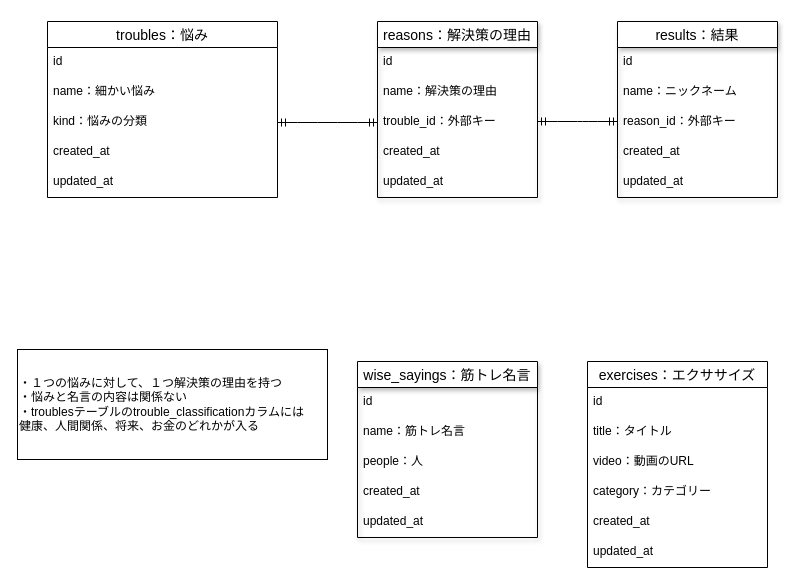
Before: ERD.dio in shogo-08020318/MUKINATOR, a draw.io diagram. Source tidied: cells renumbered, new cells numbered last; positions are measured from the earlier drawing's top-left corner, leaving out a move shared by most shapes. Both pictures are drawn from the tidied source at 100%, with x=0, y=0 at pixel (17, 21).
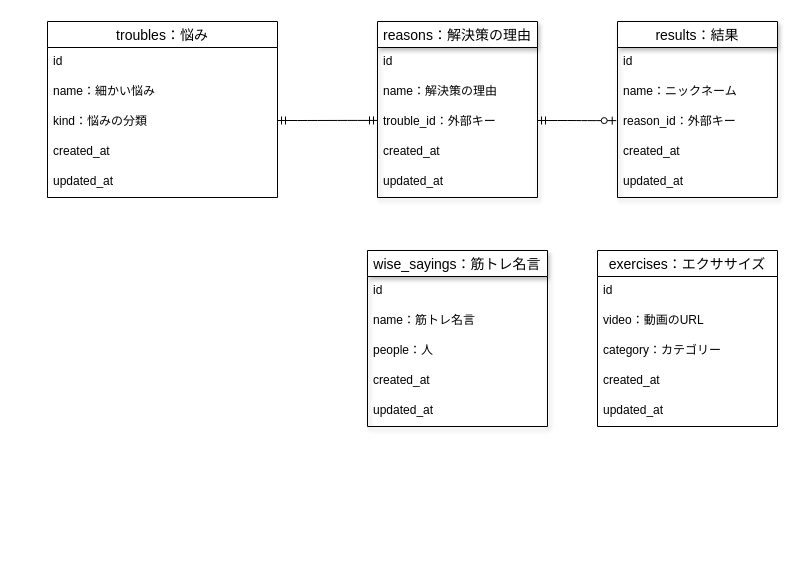
After the change.

The change refers to these unchanged cells:
```xml
<mxCell id="5" value="trouble_id：外部キー" style="text;strokeColor=none;fillColor=none;spacingLeft=4;spacingRight=4;overflow=hidden;points=[[0,0.5],[1,0.5]];portConstraint=eastwest;fontSize=12;" parent="2" vertex="1">
  <mxGeometry y="86" width="160" height="30" as="geometry" />
</mxCell>
<mxCell id="18" value="kind：悩みの分類" style="text;strokeColor=none;fillColor=none;spacingLeft=4;spacingRight=4;overflow=hidden;points=[[0,0.5],[1,0.5]];portConstraint=eastwest;fontSize=12;" parent="15" vertex="1">
  <mxGeometry y="86" width="230" height="30" as="geometry" />
</mxCell>
<mxCell id="32" value="reason_id：外部キー" style="text;strokeColor=none;fillColor=none;spacingLeft=4;spacingRight=4;overflow=hidden;points=[[0,0.5],[1,0.5]];portConstraint=eastwest;fontSize=12;" parent="29" vertex="1">
  <mxGeometry y="86" width="160" height="30" as="geometry" />
</mxCell>
```

The edit, as a diff of the source:
```diff
@@
     <mxCell id="8" value="wise_sayings：筋トレ名言" style="swimlane;fontStyle=0;horizontal=1;startSize=26;align=center;fontSize=14;shadow=1;" parent="1" vertex="1">
-      <mxGeometry x="340" y="340" width="180" height="176" as="geometry" />
+      <mxGeometry x="350" y="229" width="180" height="176" as="geometry" />
     </mxCell>
@@
-    <mxCell id="14" style="edgeStyle=entityRelationEdgeStyle;fontSize=12;html=1;endArrow=ERmandOne;startArrow=ERmandOne;entryX=0;entryY=0.5;entryDx=0;entryDy=0;exitX=1;exitY=0.5;exitDx=0;exitDy=0;" parent="1" edge="1" source="18" target="5">
-      <mxGeometry relative="1" as="geometry" />
+    <mxCell id="14" style="edgeStyle=entityRelationEdgeStyle;fontSize=12;html=1;endArrow=ERmandOne;startArrow=ERmandOne;entryX=0;entryY=0.431;entryDx=0;entryDy=0;entryPerimeter=0;" parent="1" edge="1" target="5">
+      <mxGeometry relative="1" as="geometry">
+        <mxPoint x="260" y="99" as="sourcePoint" />
+      </mxGeometry>
     </mxCell>
@@
-    <mxCell id="21" value="・１つの悩みに対して、１つ解決策の理由を持つ&lt;br&gt;・悩みと名言の内容は関係ない&lt;br&gt;・troublesテーブルのtrouble_classificationカラムには&lt;br&gt;健康、人間関係、将来、お金のどれかが入る" style="rounded=0;whiteSpace=wrap;html=1;align=left;" parent="1" vertex="1">
-      <mxGeometry y="328" width="310" height="110" as="geometry" />
-    </mxCell>
     <mxCell id="22" value="exercises：エクササイズ" style="swimlane;fontStyle=0;horizontal=1;startSize=26;align=center;fontSize=14;" parent="1" vertex="1">
-      <mxGeometry x="570" y="340" width="180" height="206" as="geometry" />
+      <mxGeometry x="580" y="229" width="180" height="176" as="geometry" />
     </mxCell>
@@
-    <mxCell id="24" value="title：タイトル" style="text;strokeColor=none;fillColor=none;spacingLeft=4;spacingRight=4;overflow=hidden;fontSize=12;" parent="22" vertex="1">
-      <mxGeometry y="56" width="180" height="30" as="geometry" />
-    </mxCell>
     <mxCell id="25" value="video：動画のURL" style="text;strokeColor=none;fillColor=none;spacingLeft=4;spacingRight=4;overflow=hidden;fontSize=12;" parent="22" vertex="1">
-      <mxGeometry y="86" width="180" height="30" as="geometry" />
+      <mxGeometry y="56" width="180" height="30" as="geometry" />
     </mxCell>
     <mxCell id="26" value="category：カテゴリー" style="text;strokeColor=none;fillColor=none;spacingLeft=4;spacingRight=4;overflow=hidden;fontSize=12;" parent="22" vertex="1">
-      <mxGeometry y="116" width="180" height="30" as="geometry" />
+      <mxGeometry y="86" width="180" height="30" as="geometry" />
     </mxCell>
     <mxCell id="27" value="created_at" style="text;strokeColor=none;fillColor=none;spacingLeft=4;spacingRight=4;overflow=hidden;fontSize=12;" parent="22" vertex="1">
-      <mxGeometry y="146" width="180" height="30" as="geometry" />
+      <mxGeometry y="116" width="180" height="30" as="geometry" />
     </mxCell>
     <mxCell id="28" value="updated_at" style="text;strokeColor=none;fillColor=none;spacingLeft=4;spacingRight=4;overflow=hidden;fontSize=12;" parent="22" vertex="1">
-      <mxGeometry y="176" width="180" height="30" as="geometry" />
+      <mxGeometry y="146" width="180" height="30" as="geometry" />
     </mxCell>
@@
-    <mxCell id="35" style="edgeStyle=entityRelationEdgeStyle;fontSize=12;html=1;endArrow=ERmandOne;startArrow=ERmandOne;exitX=1;exitY=0.5;exitDx=0;exitDy=0;" parent="1" edge="1">
-      <mxGeometry relative="1" as="geometry">
-        <mxPoint x="520" y="100" as="sourcePoint" />
-        <mxPoint x="600" y="100" as="targetPoint" />
-      </mxGeometry>
-    </mxCell>
+    <mxCell id="36" style="edgeStyle=entityRelationEdgeStyle;fontSize=12;html=1;endArrow=ERzeroToOne;startArrow=ERmandOne;entryX=-0.008;entryY=0.437;entryDx=0;entryDy=0;entryPerimeter=0;" parent="1" edge="1" target="32">
+      <mxGeometry relative="1" as="geometry">
+        <mxPoint x="520" y="99" as="sourcePoint" />
+      </mxGeometry>
+    </mxCell>
```
